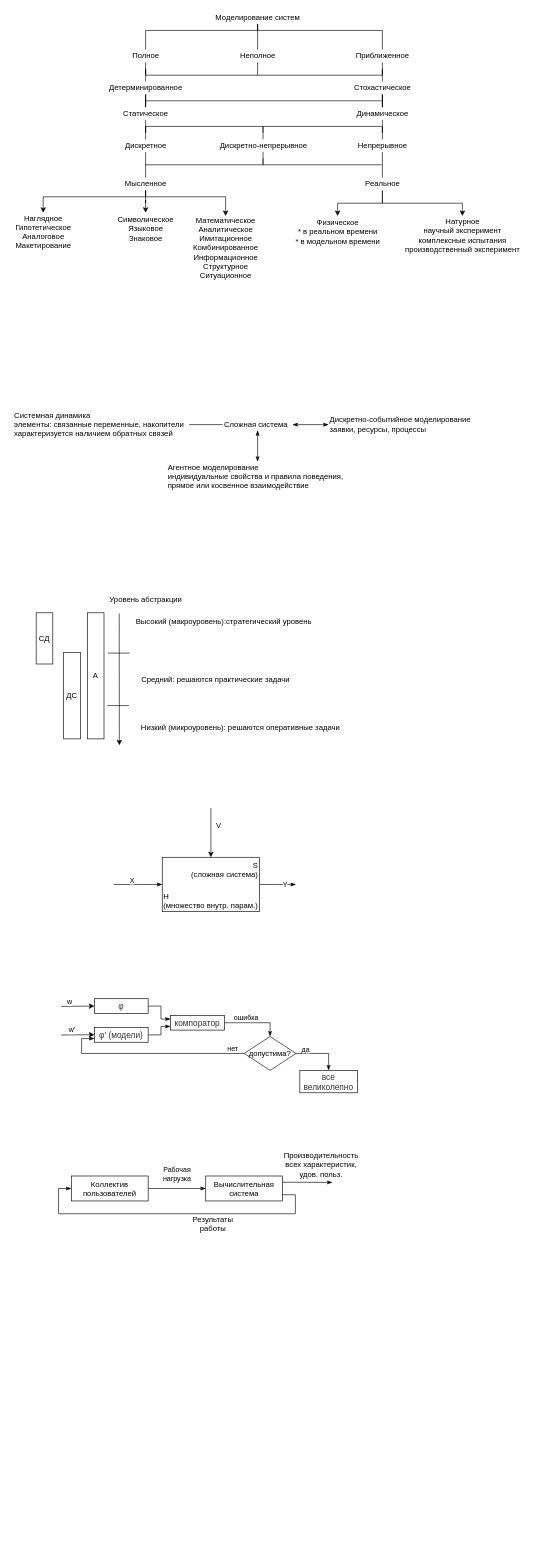
Earlier version of the draw.io diagram exam/mod_types.drawio (alena-zayts/BMSTU_7sem_modeling). Source tidied: cells renumbered, new cells numbered last; positions are measured from the earlier drawing's top-left corner, leaving out a move shared by most shapes. Both pictures are drawn from the tidied source at 64%, with x=0, y=0 at pixel (11, 11).
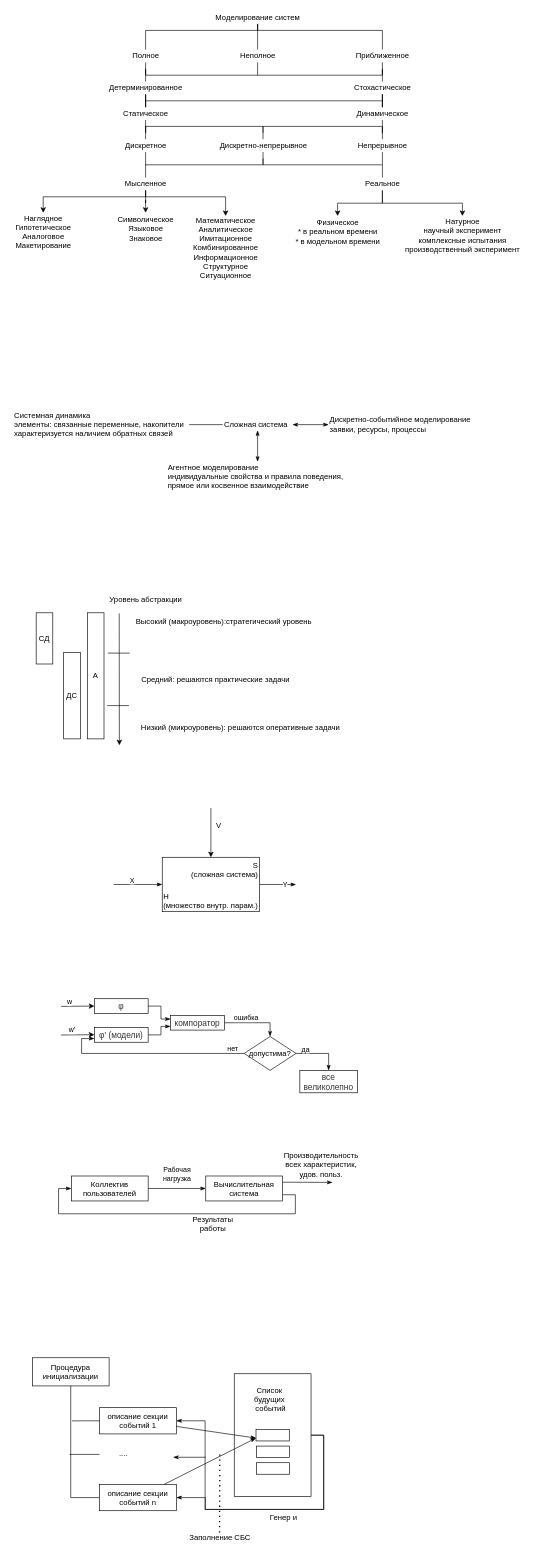
After the change.

What changed in the source:
```diff
@@
+    <mxCell id="91" style="edgeStyle=orthogonalEdgeStyle;rounded=0;jettySize=auto;html=1;entryX=0;entryY=0.5;entryDx=0;entryDy=0;startArrow=none;startFill=0;endArrow=none;endFill=0;" parent="1" edge="1" source="92" target="95">
+      <mxGeometry relative="1" as="geometry" />
+    </mxCell>
+    <mxCell id="92" value="Процедура инициализации" style="rounded=0;whiteSpace=wrap;html=1;align=center;" parent="1" vertex="1">
+      <mxGeometry x="33" y="2104" width="120" height="44" as="geometry" />
+    </mxCell>
+    <mxCell id="93" style="edgeStyle=orthogonalEdgeStyle;rounded=0;jettySize=auto;html=1;exitX=0;exitY=0.5;exitDx=0;exitDy=0;startArrow=none;startFill=0;endArrow=none;endFill=0;" parent="1" edge="1" source="94">
+      <mxGeometry relative="1" as="geometry">
+        <mxPoint x="95" y="2202.6" as="targetPoint" />
+      </mxGeometry>
+    </mxCell>
+    <mxCell id="94" value="описание секции событий 1" style="rounded=0;whiteSpace=wrap;html=1;align=center;" parent="1" vertex="1">
+      <mxGeometry x="138" y="2182" width="120" height="41" as="geometry" />
+    </mxCell>
+    <mxCell id="95" value="описание секции событий n" style="rounded=0;whiteSpace=wrap;html=1;align=center;" parent="1" vertex="1">
+      <mxGeometry x="138" y="2302" width="120" height="41" as="geometry" />
+    </mxCell>
+    <mxCell id="96" style="endArrow=none;html=1;" parent="1" edge="1">
+      <mxGeometry relative="1" as="geometry">
+        <mxPoint x="91" y="2255" as="sourcePoint" />
+        <mxPoint x="138" y="2255" as="targetPoint" />
+      </mxGeometry>
+    </mxCell>
+    <mxCell id="97" value="...." style="text;html=1;align=center;verticalAlign=middle;" parent="1" vertex="1">
+      <mxGeometry x="163" y="2245" width="23" height="18" as="geometry" />
+    </mxCell>
+    <mxCell id="98" style="edgeStyle=orthogonalEdgeStyle;rounded=0;jettySize=auto;html=1;exitX=1;exitY=0.5;exitDx=0;exitDy=0;entryX=1;entryY=0.5;entryDx=0;entryDy=0;startArrow=none;startFill=0;endArrow=classicThin;endFill=1;" parent="1" edge="1" source="100" target="95">
+      <mxGeometry relative="1" as="geometry" />
+    </mxCell>
+    <mxCell id="99" style="edgeStyle=orthogonalEdgeStyle;rounded=0;jettySize=auto;html=1;entryX=1;entryY=0.5;entryDx=0;entryDy=0;startArrow=none;startFill=0;endArrow=classicThin;endFill=1;exitX=1;exitY=0.5;exitDx=0;exitDy=0;" parent="1" edge="1" source="100" target="94">
+      <mxGeometry relative="1" as="geometry">
+        <Array as="points">
+          <mxPoint x="488" y="2225" />
+          <mxPoint x="488" y="2341" />
+          <mxPoint x="303" y="2341" />
+          <mxPoint x="303" y="2202" />
+        </Array>
+      </mxGeometry>
+    </mxCell>
+    <mxCell id="100" style="rounded=0;whiteSpace=wrap;html=1;align=center;" parent="1" vertex="1">
+      <mxGeometry x="348.5" y="2129" width="120" height="192" as="geometry" />
+    </mxCell>
+    <mxCell id="101" value="Список&amp;nbsp;&lt;br&gt;будущих&amp;nbsp;&lt;br&gt;событий" style="text;html=1;align=center;verticalAlign=middle;" parent="1" vertex="1">
+      <mxGeometry x="374" y="2146" width="61" height="45" as="geometry" />
+    </mxCell>
+    <mxCell id="102" style="rounded=0;whiteSpace=wrap;html=1;align=center;" parent="1" vertex="1">
+      <mxGeometry x="382.5" y="2216" width="52" height="18" as="geometry" />
+    </mxCell>
+    <mxCell id="103" style="rounded=0;whiteSpace=wrap;html=1;align=center;" parent="1" vertex="1">
+      <mxGeometry x="383" y="2242" width="52" height="18" as="geometry" />
+    </mxCell>
+    <mxCell id="104" style="rounded=0;whiteSpace=wrap;html=1;align=center;" parent="1" vertex="1">
+      <mxGeometry x="383" y="2268" width="52" height="18" as="geometry" />
+    </mxCell>
+    <mxCell id="105" style="rounded=0;jettySize=auto;html=1;entryX=0;entryY=0.75;entryDx=0;entryDy=0;startArrow=none;startFill=0;endArrow=classicThin;endFill=1;" parent="1" edge="1" source="94" target="102">
+      <mxGeometry relative="1" as="geometry" />
+    </mxCell>
+    <mxCell id="106" style="endArrow=classicThin;html=1;endFill=1;" parent="1" edge="1">
+      <mxGeometry relative="1" as="geometry">
+        <mxPoint x="304" y="2259.5" as="sourcePoint" />
+        <mxPoint x="253" y="2259.5" as="targetPoint" />
+      </mxGeometry>
+    </mxCell>
+    <mxCell id="107" style="edgeStyle=none;rounded=0;jettySize=auto;html=1;startArrow=none;startFill=0;endArrow=classicThin;endFill=1;entryX=0;entryY=0.75;entryDx=0;entryDy=0;" parent="1" edge="1" source="95" target="102">
+      <mxGeometry relative="1" as="geometry" />
+    </mxCell>
+    <mxCell id="108" style="endArrow=none;dashed=1;html=1;dashPattern=1 3;strokeWidth=2;" parent="1" edge="1" source="109">
+      <mxGeometry relative="1" as="geometry">
+        <mxPoint x="326" y="2253" as="targetPoint" />
+      </mxGeometry>
+    </mxCell>
+    <mxCell id="109" value="Заполнение СБС" style="text;html=1;align=center;verticalAlign=middle;points=[];" parent="1" vertex="1">
+      <mxGeometry x="273" y="2377" width="105" height="18" as="geometry" />
+    </mxCell>
+    <mxCell id="110" value="Генер и&amp;nbsp;" style="text;html=1;align=center;verticalAlign=middle;" parent="1" vertex="1">
+      <mxGeometry x="399" y="2345" width="56" height="18" as="geometry" />
+    </mxCell>
```
